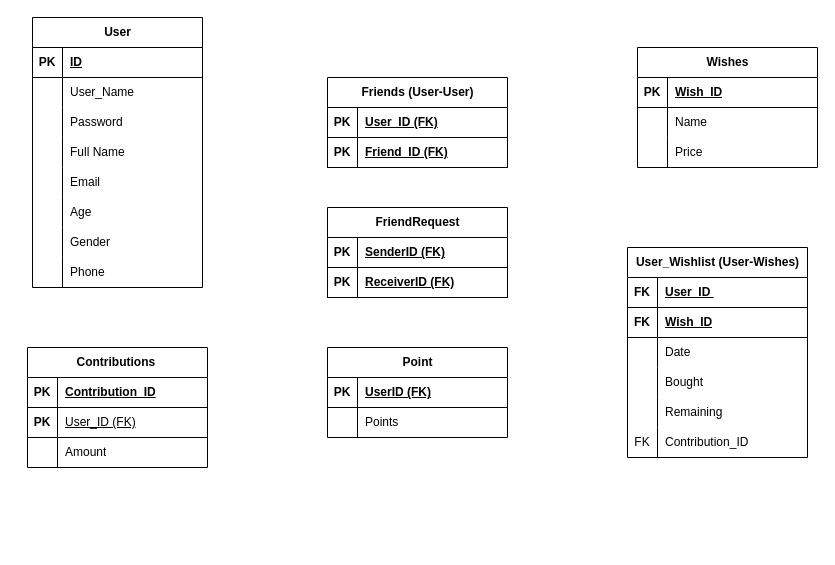
Before: i-Wish.drawio in MariamMohamedEid/i-WishClient, a draw.io diagram. Source tidied: cells renumbered, new cells numbered last; positions are measured from the earlier drawing's top-left corner, leaving out a move shared by most shapes. Both pictures are drawn from the tidied source at 100%, with x=0, y=0 at pixel (27, 17).
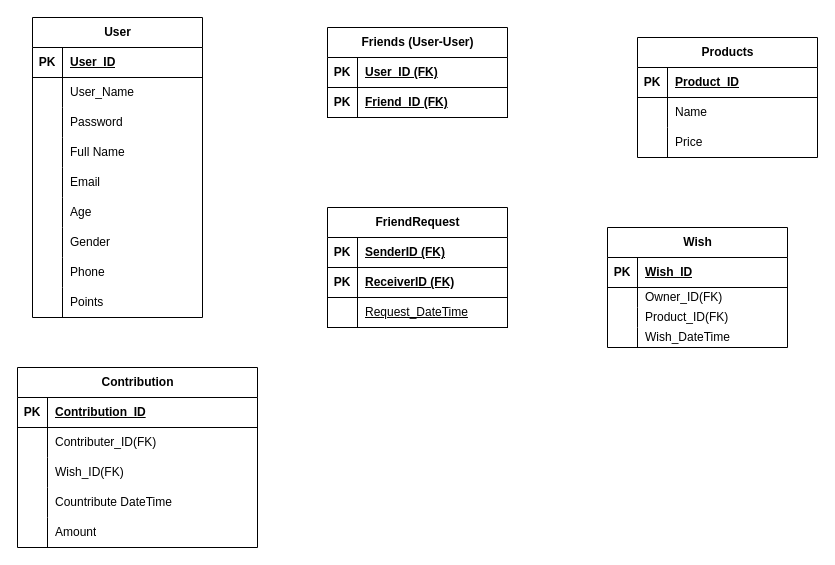
The same diagram, later.

The change refers to these unchanged cells:
```xml
<mxCell id="3" style="shape=tableRow;horizontal=0;startSize=0;swimlaneHead=0;swimlaneBody=0;fillColor=none;top=0;left=0;right=0;bottom=1;" parent="2" vertex="1">
  <mxGeometry y="30" width="170" height="30" as="geometry" />
</mxCell>
<mxCell id="35" style="shape=tableRow;horizontal=0;startSize=0;swimlaneHead=0;swimlaneBody=0;fillColor=none;top=0;left=0;right=0;bottom=1;" parent="34" vertex="1">
  <mxGeometry y="30" width="180" height="30" as="geometry" />
</mxCell>
<mxCell id="45" style="shape=tableRow;horizontal=0;startSize=0;swimlaneHead=0;swimlaneBody=0;fillColor=none;top=0;left=0;right=0;bottom=1;" parent="44" vertex="1">
  <mxGeometry y="30" width="180" height="30" as="geometry" />
</mxCell>
```

Diff of the diagram source:
```diff
@@
     <mxCell id="2" value="User" style="shape=table;startSize=30;childLayout=tableLayout;rowLines=0;fontStyle=1;align=center;html=1;" parent="1" vertex="1">
-      <mxGeometry x="5" width="170" height="270" as="geometry" />
+      <mxGeometry x="5" width="170" height="300" as="geometry" />
     </mxCell>
@@
-    <mxCell id="5" value="ID" style="shape=partialRectangle;fillColor=none;top=0;left=0;bottom=0;right=0;align=left;spacingLeft=6;fontStyle=5;overflow=hidden;whiteSpace=wrap;html=1;" parent="3" vertex="1">
+    <mxCell id="5" value="User_ID" style="shape=partialRectangle;fillColor=none;top=0;left=0;bottom=0;right=0;align=left;spacingLeft=6;fontStyle=5;overflow=hidden;whiteSpace=wrap;html=1;" parent="3" vertex="1">
       <mxGeometry x="30" width="140" height="30" as="geometry" />
     </mxCell>
@@
+    <mxCell id="87" style="shape=tableRow;horizontal=0;startSize=0;swimlaneHead=0;swimlaneBody=0;fillColor=none;top=0;left=0;right=0;bottom=0;" parent="2" vertex="1">
+      <mxGeometry y="270" width="170" height="30" as="geometry" />
+    </mxCell>
+    <mxCell id="88" style="shape=partialRectangle;fillColor=none;top=0;left=0;bottom=0;right=0;overflow=hidden;whiteSpace=wrap;html=1;" parent="87" vertex="1">
+      <mxGeometry width="30" height="30" as="geometry" />
+    </mxCell>
+    <mxCell id="86" value="Points&amp;nbsp;" style="shape=partialRectangle;fillColor=none;top=0;left=0;bottom=0;right=0;align=left;spacingLeft=6;overflow=hidden;whiteSpace=wrap;html=1;" parent="87" vertex="1">
+      <mxGeometry x="30" width="140" height="30" as="geometry" />
+    </mxCell>
     <mxCell id="27" value="Friends (User-User)" style="shape=table;startSize=30;childLayout=tableLayout;rowLines=0;fontStyle=1;align=center;html=1;" parent="1" vertex="1">
-      <mxGeometry x="300" y="60" width="180" height="90" as="geometry" />
+      <mxGeometry x="300" y="10" width="180" height="90" as="geometry" />
     </mxCell>
@@
-    <mxCell id="34" value="Wishes" style="shape=table;startSize=30;childLayout=tableLayout;rowLines=0;fontStyle=1;align=center;html=1;" parent="1" vertex="1">
-      <mxGeometry x="610" y="30" width="180" height="120" as="geometry" />
+    <mxCell id="34" value="Products" style="shape=table;startSize=30;childLayout=tableLayout;rowLines=0;fontStyle=1;align=center;html=1;" parent="1" vertex="1">
+      <mxGeometry x="610" y="20" width="180" height="120" as="geometry" />
     </mxCell>
@@
-    <mxCell id="37" value="Wish_ID" style="shape=partialRectangle;fillColor=none;top=0;left=0;bottom=0;right=0;align=left;spacingLeft=6;fontStyle=5;overflow=hidden;whiteSpace=wrap;html=1;" parent="35" vertex="1">
+    <mxCell id="37" value="Product_ID" style="shape=partialRectangle;fillColor=none;top=0;left=0;bottom=0;right=0;align=left;spacingLeft=6;fontStyle=5;overflow=hidden;whiteSpace=wrap;html=1;" parent="35" vertex="1">
       <mxGeometry x="30" width="150" height="30" as="geometry" />
     </mxCell>
@@
-    <mxCell id="44" value="User_Wishlist (User-Wishes)" style="shape=table;startSize=30;childLayout=tableLayout;rowLines=0;fontStyle=1;align=center;html=1;" parent="1" vertex="1">
-      <mxGeometry x="600" y="230" width="180" height="210" as="geometry" />
+    <mxCell id="44" value="Wish" style="shape=table;startSize=30;childLayout=tableLayout;rowLines=0;fontStyle=1;align=center;html=1;" parent="1" vertex="1">
+      <mxGeometry x="580" y="210" width="180" height="120" as="geometry" />
     </mxCell>
@@
-    <mxCell id="46" value="FK" style="shape=partialRectangle;fillColor=none;top=0;left=0;bottom=0;right=0;fontStyle=1;overflow=hidden;whiteSpace=wrap;html=1;" parent="45" vertex="1">
+    <mxCell id="46" value="PK" style="shape=partialRectangle;fillColor=none;top=0;left=0;bottom=0;right=0;fontStyle=1;overflow=hidden;whiteSpace=wrap;html=1;" parent="45" vertex="1">
       <mxGeometry width="30" height="30" as="geometry" />
     </mxCell>
-    <mxCell id="47" value="User_ID&amp;nbsp;" style="shape=partialRectangle;fillColor=none;top=0;left=0;bottom=0;right=0;align=left;spacingLeft=6;fontStyle=5;overflow=hidden;whiteSpace=wrap;html=1;" parent="45" vertex="1">
+    <mxCell id="47" value="Wish_ID" style="shape=partialRectangle;fillColor=none;top=0;left=0;bottom=0;right=0;align=left;spacingLeft=6;fontStyle=5;overflow=hidden;whiteSpace=wrap;html=1;" parent="45" vertex="1">
       <mxGeometry x="30" width="150" height="30" as="geometry" />
     </mxCell>
-    <mxCell id="48" style="shape=tableRow;horizontal=0;startSize=0;swimlaneHead=0;swimlaneBody=0;fillColor=none;top=0;left=0;right=0;bottom=1;" parent="44" vertex="1">
-      <mxGeometry y="60" width="180" height="30" as="geometry" />
-    </mxCell>
-    <mxCell id="49" value="FK" style="shape=partialRectangle;fillColor=none;top=0;left=0;bottom=0;right=0;fontStyle=1;overflow=hidden;whiteSpace=wrap;html=1;" parent="48" vertex="1">
-      <mxGeometry width="30" height="30" as="geometry" />
-    </mxCell>
-    <mxCell id="50" value="Wish_ID" style="shape=partialRectangle;fillColor=none;top=0;left=0;bottom=0;right=0;align=left;spacingLeft=6;fontStyle=5;overflow=hidden;whiteSpace=wrap;html=1;" parent="48" vertex="1">
-      <mxGeometry x="30" width="150" height="30" as="geometry" />
-    </mxCell>
-    <mxCell id="51" style="shape=tableRow;horizontal=0;startSize=0;swimlaneHead=0;swimlaneBody=0;fillColor=none;top=0;left=0;right=0;bottom=0;" parent="44" vertex="1">
-      <mxGeometry y="90" width="180" height="30" as="geometry" />
-    </mxCell>
-    <mxCell id="52" style="shape=partialRectangle;fillColor=none;top=0;left=0;bottom=0;right=0;overflow=hidden;whiteSpace=wrap;html=1;" parent="51" vertex="1">
-      <mxGeometry width="30" height="30" as="geometry" />
-    </mxCell>
-    <mxCell id="53" value="Date" style="shape=partialRectangle;fillColor=none;top=0;left=0;bottom=0;right=0;align=left;spacingLeft=6;overflow=hidden;whiteSpace=wrap;html=1;" parent="51" vertex="1">
-      <mxGeometry x="30" width="150" height="30" as="geometry" />
-    </mxCell>
-    <mxCell id="54" style="shape=tableRow;horizontal=0;startSize=0;swimlaneHead=0;swimlaneBody=0;fillColor=none;top=0;left=0;right=0;bottom=0;" parent="44" vertex="1">
-      <mxGeometry y="120" width="180" height="30" as="geometry" />
-    </mxCell>
-    <mxCell id="55" style="shape=partialRectangle;fillColor=none;top=0;left=0;bottom=0;right=0;overflow=hidden;whiteSpace=wrap;html=1;" parent="54" vertex="1">
-      <mxGeometry width="30" height="30" as="geometry" />
-    </mxCell>
-    <mxCell id="56" value="Bought" style="shape=partialRectangle;fillColor=none;top=0;left=0;bottom=0;right=0;align=left;spacingLeft=6;overflow=hidden;whiteSpace=wrap;html=1;" parent="54" vertex="1">
-      <mxGeometry x="30" width="150" height="30" as="geometry" />
-    </mxCell>
-    <mxCell id="57" style="shape=tableRow;horizontal=0;startSize=0;swimlaneHead=0;swimlaneBody=0;fillColor=none;top=0;left=0;right=0;bottom=0;" parent="44" vertex="1">
-      <mxGeometry y="150" width="180" height="30" as="geometry" />
-    </mxCell>
-    <mxCell id="58" style="shape=partialRectangle;fillColor=none;top=0;left=0;bottom=0;right=0;overflow=hidden;whiteSpace=wrap;html=1;" parent="57" vertex="1">
-      <mxGeometry width="30" height="30" as="geometry" />
-    </mxCell>
-    <mxCell id="59" value="Remaining&amp;nbsp;" style="shape=partialRectangle;fillColor=none;top=0;left=0;bottom=0;right=0;align=left;spacingLeft=6;overflow=hidden;whiteSpace=wrap;html=1;" parent="57" vertex="1">
-      <mxGeometry x="30" width="150" height="30" as="geometry" />
-    </mxCell>
     <mxCell id="60" style="shape=tableRow;horizontal=0;startSize=0;swimlaneHead=0;swimlaneBody=0;fillColor=none;top=0;left=0;right=0;bottom=0;" parent="44" vertex="1">
-      <mxGeometry y="180" width="180" height="30" as="geometry" />
+      <mxGeometry y="60" width="180" height="20" as="geometry" />
     </mxCell>
-    <mxCell id="61" value="FK" style="shape=partialRectangle;fillColor=none;top=0;left=0;bottom=0;right=0;overflow=hidden;whiteSpace=wrap;html=1;" parent="60" vertex="1">
-      <mxGeometry width="30" height="30" as="geometry" />
+    <mxCell id="61" style="shape=partialRectangle;fillColor=none;top=0;left=0;bottom=0;right=0;overflow=hidden;whiteSpace=wrap;html=1;" parent="60" vertex="1">
+      <mxGeometry width="30" height="20" as="geometry" />
     </mxCell>
-    <mxCell id="62" value="Contribution_ID" style="shape=partialRectangle;fillColor=none;top=0;left=0;bottom=0;right=0;align=left;spacingLeft=6;overflow=hidden;whiteSpace=wrap;html=1;" parent="60" vertex="1">
-      <mxGeometry x="30" width="150" height="30" as="geometry" />
+    <mxCell id="62" value="Owner_ID(FK)" style="shape=partialRectangle;fillColor=none;top=0;left=0;bottom=0;right=0;align=left;spacingLeft=6;overflow=hidden;whiteSpace=wrap;html=1;" parent="60" vertex="1">
+      <mxGeometry x="30" width="150" height="20" as="geometry" />
     </mxCell>
+    <mxCell id="89" style="shape=tableRow;horizontal=0;startSize=0;swimlaneHead=0;swimlaneBody=0;fillColor=none;top=0;left=0;right=0;bottom=0;" parent="44" vertex="1">
+      <mxGeometry y="80" width="180" height="20" as="geometry" />
+    </mxCell>
+    <mxCell id="90" style="shape=partialRectangle;fillColor=none;top=0;left=0;bottom=0;right=0;overflow=hidden;whiteSpace=wrap;html=1;" parent="89" vertex="1">
+      <mxGeometry width="30" height="20" as="geometry" />
+    </mxCell>
+    <mxCell id="91" value="Product_ID(FK)" style="shape=partialRectangle;fillColor=none;top=0;left=0;bottom=0;right=0;align=left;spacingLeft=6;overflow=hidden;whiteSpace=wrap;html=1;" parent="89" vertex="1">
+      <mxGeometry x="30" width="150" height="20" as="geometry" />
+    </mxCell>
+    <mxCell id="92" style="shape=tableRow;horizontal=0;startSize=0;swimlaneHead=0;swimlaneBody=0;fillColor=none;top=0;left=0;right=0;bottom=0;" parent="44" vertex="1">
+      <mxGeometry y="100" width="180" height="20" as="geometry" />
+    </mxCell>
+    <mxCell id="93" style="shape=partialRectangle;fillColor=none;top=0;left=0;bottom=0;right=0;overflow=hidden;whiteSpace=wrap;html=1;" parent="92" vertex="1">
+      <mxGeometry width="30" height="20" as="geometry" />
+    </mxCell>
+    <mxCell id="94" value="Wish_DateTime" style="shape=partialRectangle;fillColor=none;top=0;left=0;bottom=0;right=0;align=left;spacingLeft=6;overflow=hidden;whiteSpace=wrap;html=1;" parent="92" vertex="1">
+      <mxGeometry x="30" width="150" height="20" as="geometry" />
+    </mxCell>
-    <mxCell id="63" value="Contributions&amp;nbsp;" style="shape=table;startSize=30;childLayout=tableLayout;rowLines=0;fontStyle=1;align=center;html=1;" parent="1" vertex="1">
-      <mxGeometry y="330" width="180" height="120" as="geometry" />
+    <mxCell id="63" value="Contribution" style="shape=table;startSize=30;childLayout=tableLayout;rowLines=0;fontStyle=1;align=center;html=1;" parent="1" vertex="1">
+      <mxGeometry x="-10" y="350" width="240" height="180" as="geometry" />
     </mxCell>
     <mxCell id="64" style="shape=tableRow;horizontal=0;startSize=0;swimlaneHead=0;swimlaneBody=0;fillColor=none;top=0;left=0;right=0;bottom=1;" parent="63" vertex="1">
-      <mxGeometry y="30" width="180" height="30" as="geometry" />
+      <mxGeometry y="30" width="240" height="30" as="geometry" />
     </mxCell>
@@
-    <mxCell id="66" value="Contribution_ID" style="shape=partialRectangle;fillColor=none;top=0;left=0;bottom=0;right=0;align=left;spacingLeft=6;fontStyle=5;overflow=hidden;whiteSpace=wrap;html=1;" parent="64" vertex="1">
-      <mxGeometry x="30" width="150" height="30" as="geometry" />
+    <mxCell id="66" value="&lt;span style=&quot;text-align: center; text-wrap: nowrap;&quot;&gt;Contribution_ID&lt;/span&gt;" style="shape=partialRectangle;fillColor=none;top=0;left=0;bottom=0;right=0;align=left;spacingLeft=6;fontStyle=5;overflow=hidden;whiteSpace=wrap;html=1;" parent="64" vertex="1">
+      <mxGeometry x="30" width="210" height="30" as="geometry" />
     </mxCell>
-    <mxCell id="67" style="shape=tableRow;horizontal=0;startSize=0;swimlaneHead=0;swimlaneBody=0;fillColor=none;top=0;left=0;right=0;bottom=1;" parent="63" vertex="1">
-      <mxGeometry y="60" width="180" height="30" as="geometry" />
-    </mxCell>
-    <mxCell id="68" value="PK" style="shape=partialRectangle;fillColor=none;top=0;left=0;bottom=0;right=0;fontStyle=1;overflow=hidden;whiteSpace=wrap;html=1;" parent="67" vertex="1">
-      <mxGeometry width="30" height="30" as="geometry" />
-    </mxCell>
-    <mxCell id="69" value="&lt;span style=&quot;font-weight: 400;&quot;&gt;User_ID (FK)&lt;/span&gt;" style="shape=partialRectangle;fillColor=none;top=0;left=0;bottom=0;right=0;align=left;spacingLeft=6;fontStyle=5;overflow=hidden;whiteSpace=wrap;html=1;" parent="67" vertex="1">
-      <mxGeometry x="30" width="150" height="30" as="geometry" />
-    </mxCell>
     <mxCell id="70" style="shape=tableRow;horizontal=0;startSize=0;swimlaneHead=0;swimlaneBody=0;fillColor=none;top=0;left=0;right=0;bottom=0;" parent="63" vertex="1">
-      <mxGeometry y="90" width="180" height="30" as="geometry" />
+      <mxGeometry y="60" width="240" height="30" as="geometry" />
     </mxCell>
@@
-    <mxCell id="72" value="Amount" style="shape=partialRectangle;fillColor=none;top=0;left=0;bottom=0;right=0;align=left;spacingLeft=6;overflow=hidden;whiteSpace=wrap;html=1;" parent="70" vertex="1">
-      <mxGeometry x="30" width="150" height="30" as="geometry" />
+    <mxCell id="72" value="Contributer_ID(FK)" style="shape=partialRectangle;fillColor=none;top=0;left=0;bottom=0;right=0;align=left;spacingLeft=6;overflow=hidden;whiteSpace=wrap;html=1;" parent="70" vertex="1">
+      <mxGeometry x="30" width="210" height="30" as="geometry" />
     </mxCell>
+    <mxCell id="95" style="shape=tableRow;horizontal=0;startSize=0;swimlaneHead=0;swimlaneBody=0;fillColor=none;top=0;left=0;right=0;bottom=0;" parent="63" vertex="1">
+      <mxGeometry y="90" width="240" height="30" as="geometry" />
+    </mxCell>
+    <mxCell id="96" style="shape=partialRectangle;fillColor=none;top=0;left=0;bottom=0;right=0;overflow=hidden;whiteSpace=wrap;html=1;" parent="95" vertex="1">
+      <mxGeometry width="30" height="30" as="geometry" />
+    </mxCell>
+    <mxCell id="97" value="Wish_ID(FK)" style="shape=partialRectangle;fillColor=none;top=0;left=0;bottom=0;right=0;align=left;spacingLeft=6;overflow=hidden;whiteSpace=wrap;html=1;" parent="95" vertex="1">
+      <mxGeometry x="30" width="210" height="30" as="geometry" />
+    </mxCell>
+    <mxCell id="98" style="shape=tableRow;horizontal=0;startSize=0;swimlaneHead=0;swimlaneBody=0;fillColor=none;top=0;left=0;right=0;bottom=0;" parent="63" vertex="1">
+      <mxGeometry y="120" width="240" height="30" as="geometry" />
+    </mxCell>
+    <mxCell id="99" style="shape=partialRectangle;fillColor=none;top=0;left=0;bottom=0;right=0;overflow=hidden;whiteSpace=wrap;html=1;" parent="98" vertex="1">
+      <mxGeometry width="30" height="30" as="geometry" />
+    </mxCell>
+    <mxCell id="100" value="Countribute DateTime" style="shape=partialRectangle;fillColor=none;top=0;left=0;bottom=0;right=0;align=left;spacingLeft=6;overflow=hidden;whiteSpace=wrap;html=1;" parent="98" vertex="1">
+      <mxGeometry x="30" width="210" height="30" as="geometry" />
+    </mxCell>
+    <mxCell id="101" style="shape=tableRow;horizontal=0;startSize=0;swimlaneHead=0;swimlaneBody=0;fillColor=none;top=0;left=0;right=0;bottom=0;" parent="63" vertex="1">
+      <mxGeometry y="150" width="240" height="30" as="geometry" />
+    </mxCell>
+    <mxCell id="102" style="shape=partialRectangle;fillColor=none;top=0;left=0;bottom=0;right=0;overflow=hidden;whiteSpace=wrap;html=1;" parent="101" vertex="1">
+      <mxGeometry width="30" height="30" as="geometry" />
+    </mxCell>
+    <mxCell id="103" value="Amount" style="shape=partialRectangle;fillColor=none;top=0;left=0;bottom=0;right=0;align=left;spacingLeft=6;overflow=hidden;whiteSpace=wrap;html=1;" parent="101" vertex="1">
+      <mxGeometry x="30" width="210" height="30" as="geometry" />
+    </mxCell>
     <mxCell id="73" value="FriendRequest" style="shape=table;startSize=30;childLayout=tableLayout;rowLines=0;fontStyle=1;align=center;html=1;" parent="1" vertex="1">
-      <mxGeometry x="300" y="190" width="180" height="90" as="geometry" />
+      <mxGeometry x="300" y="190" width="180" height="120" as="geometry" />
     </mxCell>
@@
-    <mxCell id="80" value="Point" style="shape=table;startSize=30;childLayout=tableLayout;rowLines=0;fontStyle=1;align=center;html=1;" parent="1" vertex="1">
-      <mxGeometry x="300" y="330" width="180" height="90" as="geometry" />
-    </mxCell>
-    <mxCell id="81" style="shape=tableRow;horizontal=0;startSize=0;swimlaneHead=0;swimlaneBody=0;fillColor=none;top=0;left=0;right=0;bottom=1;" parent="80" vertex="1">
-      <mxGeometry y="30" width="180" height="30" as="geometry" />
-    </mxCell>
-    <mxCell id="82" value="PK" style="shape=partialRectangle;fillColor=none;top=0;left=0;bottom=0;right=0;fontStyle=1;overflow=hidden;whiteSpace=wrap;html=1;" parent="81" vertex="1">
-      <mxGeometry width="30" height="30" as="geometry" />
-    </mxCell>
-    <mxCell id="83" value="UserID (FK)" style="shape=partialRectangle;fillColor=none;top=0;left=0;bottom=0;right=0;align=left;spacingLeft=6;fontStyle=5;overflow=hidden;whiteSpace=wrap;html=1;" parent="81" vertex="1">
-      <mxGeometry x="30" width="150" height="30" as="geometry" />
-    </mxCell>
-    <mxCell id="84" style="shape=tableRow;horizontal=0;startSize=0;swimlaneHead=0;swimlaneBody=0;fillColor=none;top=0;left=0;right=0;bottom=0;" parent="80" vertex="1">
-      <mxGeometry y="60" width="180" height="30" as="geometry" />
-    </mxCell>
-    <mxCell id="85" style="shape=partialRectangle;fillColor=none;top=0;left=0;bottom=0;right=0;overflow=hidden;whiteSpace=wrap;html=1;" parent="84" vertex="1">
-      <mxGeometry width="30" height="30" as="geometry" />
-    </mxCell>
-    <mxCell id="86" value="Points&amp;nbsp;" style="shape=partialRectangle;fillColor=none;top=0;left=0;bottom=0;right=0;align=left;spacingLeft=6;overflow=hidden;whiteSpace=wrap;html=1;" parent="84" vertex="1">
-      <mxGeometry x="30" width="150" height="30" as="geometry" />
-    </mxCell>
+    <mxCell id="104" style="shape=tableRow;horizontal=0;startSize=0;swimlaneHead=0;swimlaneBody=0;fillColor=none;top=0;left=0;right=0;bottom=1;" parent="73" vertex="1">
+      <mxGeometry y="90" width="180" height="30" as="geometry" />
+    </mxCell>
+    <mxCell id="105" style="shape=partialRectangle;fillColor=none;top=0;left=0;bottom=0;right=0;fontStyle=1;overflow=hidden;whiteSpace=wrap;html=1;" parent="104" vertex="1">
+      <mxGeometry width="30" height="30" as="geometry" />
+    </mxCell>
+    <mxCell id="106" value="&lt;span style=&quot;font-weight: normal;&quot;&gt;Request_DateTime&lt;/span&gt;" style="shape=partialRectangle;fillColor=none;top=0;left=0;bottom=0;right=0;align=left;spacingLeft=6;fontStyle=5;overflow=hidden;whiteSpace=wrap;html=1;" parent="104" vertex="1">
+      <mxGeometry x="30" width="150" height="30" as="geometry" />
+    </mxCell>
```
